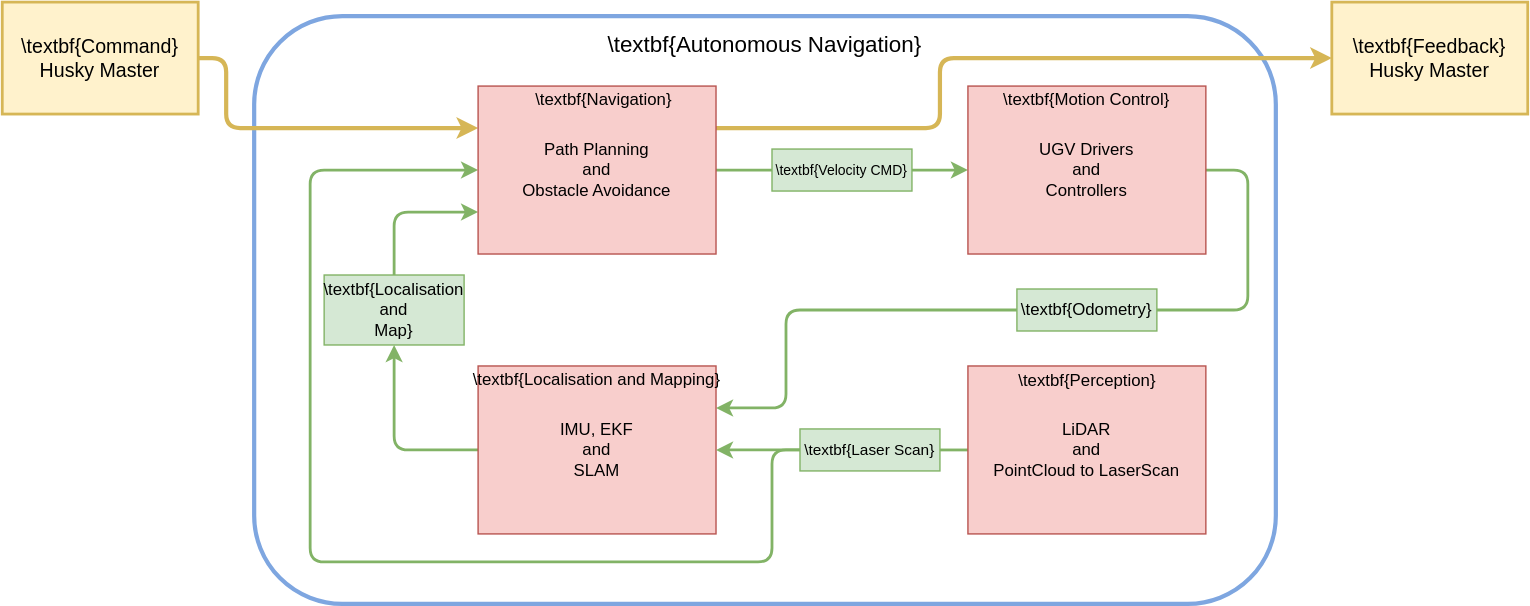
This is Figures/figANMethod.drawio.svg from orjano-max/ORJANOS_MASTER_REPO, a draw.io export, as it was before one commit. Source tidied: cells renumbered, new cells last; positions are measured from the earlier drawing's top-left corner, leaving out a move shared by most shapes.
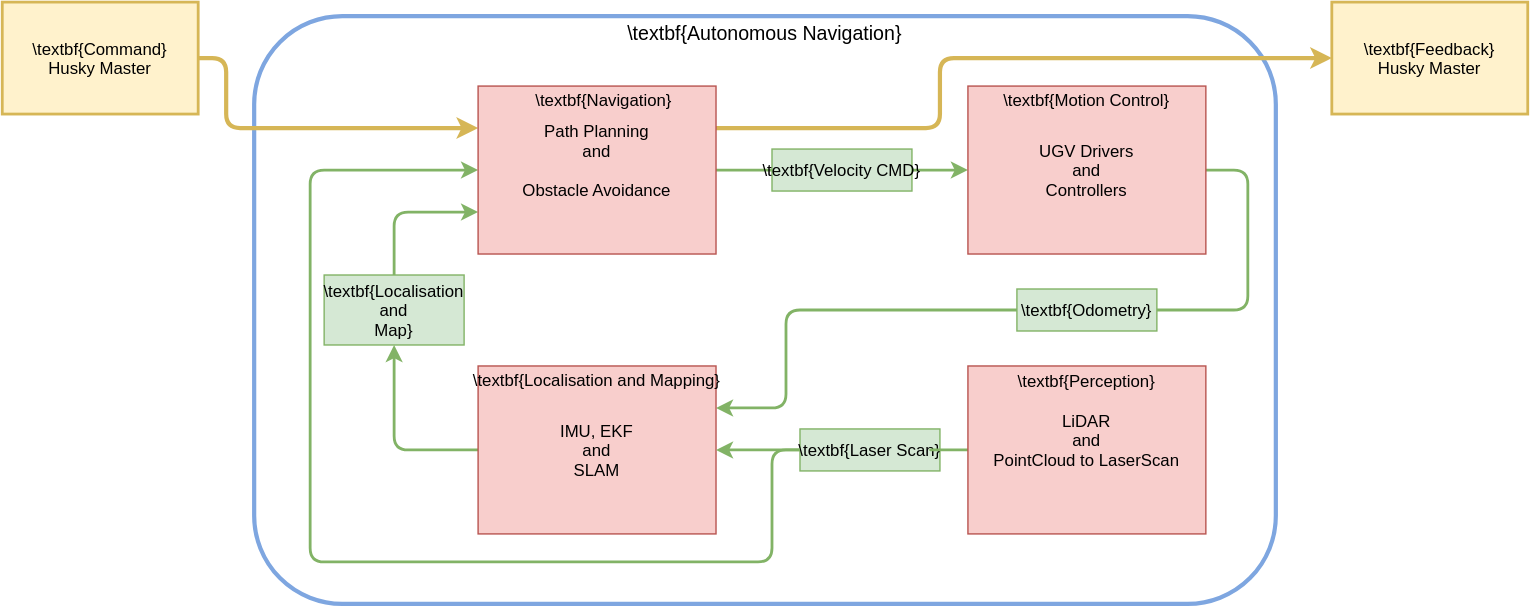
After the commit.

The edit, as a diff of the source:
```diff
@@ -2,19 +2,19 @@
   <root>
     <mxCell id="0" />
     <mxCell id="1" parent="0" />
-    <mxCell id="2" style="rounded=1;whiteSpace=wrap;html=1;strokeColor=#7EA6E0;strokeWidth=3;" parent="1" vertex="1">
+    <mxCell id="2" style="rounded=1;strokeColor=#7EA6E0;strokeWidth=3;" parent="1" vertex="1">
       <mxGeometry x="180" y="10" width="730" height="420" as="geometry" />
     </mxCell>
-    <mxCell id="3" value="\textbf{Odometry}" style="rounded=0;whiteSpace=wrap;html=1;fillColor=#d5e8d4;strokeColor=#82b366;" parent="1" vertex="1">
+    <mxCell id="3" value="\textbf{Odometry}" style="rounded=0;fillColor=#d5e8d4;strokeColor=#82b366;" parent="1" vertex="1">
       <mxGeometry x="725" y="205" width="100" height="30" as="geometry" />
     </mxCell>
-    <mxCell id="4" value="\textbf{Localisation&lt;br&gt;and&lt;br&gt;Map}" style="rounded=0;whiteSpace=wrap;html=1;fillColor=#d5e8d4;strokeColor=#82b366;" parent="1" vertex="1">
+    <mxCell id="4" value="\textbf{Localisation&#10;and&#10;Map}" style="rounded=0;fillColor=#d5e8d4;strokeColor=#82b366;" parent="1" vertex="1">
       <mxGeometry x="230" y="195" width="100" height="50" as="geometry" />
     </mxCell>
-    <mxCell id="5" style="edgeStyle=orthogonalEdgeStyle;jettySize=auto;html=1;fillColor=#d5e8d4;strokeColor=#82b366;strokeWidth=2;rounded=1;exitX=1;exitY=0.5;exitDx=0;exitDy=0;entryX=0;entryY=0.5;entryDx=0;entryDy=0;" parent="1" edge="1" source="22" target="19">
+    <mxCell id="5" style="edgeStyle=orthogonalEdgeStyle;jettySize=auto;fillColor=#d5e8d4;strokeColor=#82b366;strokeWidth=2;rounded=1;exitX=1;exitY=0.5;exitDx=0;exitDy=0;entryX=0;entryY=0.5;entryDx=0;entryDy=0;" parent="1" edge="1" source="22" target="19">
       <mxGeometry relative="1" as="geometry" />
     </mxCell>
-    <mxCell id="6" style="edgeStyle=orthogonalEdgeStyle;jettySize=auto;html=1;fillColor=#d5e8d4;strokeColor=#82b366;strokeWidth=2;rounded=1;exitX=1;exitY=0.5;exitDx=0;exitDy=0;entryX=1;entryY=0.5;entryDx=0;entryDy=0;endArrow=none;endFill=0;startArrow=none;startFill=0;" parent="1" edge="1" source="3" target="19">
+    <mxCell id="6" style="edgeStyle=orthogonalEdgeStyle;jettySize=auto;fillColor=#d5e8d4;strokeColor=#82b366;strokeWidth=2;rounded=1;exitX=1;exitY=0.5;exitDx=0;exitDy=0;entryX=1;entryY=0.5;entryDx=0;entryDy=0;endArrow=none;endFill=0;startArrow=none;startFill=0;" parent="1" edge="1" source="3" target="19">
       <mxGeometry relative="1" as="geometry">
         <Array as="points">
           <mxPoint x="890" y="220" />
@@ -22,17 +22,17 @@
         </Array>
       </mxGeometry>
     </mxCell>
-    <mxCell id="7" style="edgeStyle=orthogonalEdgeStyle;jettySize=auto;html=1;fillColor=#d5e8d4;strokeColor=#82b366;strokeWidth=2;rounded=1;exitX=1;exitY=0.5;exitDx=0;exitDy=0;entryX=0;entryY=0.5;entryDx=0;entryDy=0;endArrow=none;endFill=0;" parent="1" edge="1" source="16" target="22">
+    <mxCell id="7" style="edgeStyle=orthogonalEdgeStyle;jettySize=auto;fillColor=#d5e8d4;strokeColor=#82b366;strokeWidth=2;rounded=1;exitX=1;exitY=0.5;exitDx=0;exitDy=0;entryX=0;entryY=0.5;entryDx=0;entryDy=0;endArrow=none;endFill=0;" parent="1" edge="1" source="16" target="22">
       <mxGeometry relative="1" as="geometry" />
     </mxCell>
-    <mxCell id="8" style="edgeStyle=orthogonalEdgeStyle;jettySize=auto;html=1;fillColor=#d5e8d4;strokeColor=#82b366;strokeWidth=2;rounded=1;exitX=0.5;exitY=0;exitDx=0;exitDy=0;entryX=0;entryY=0.75;entryDx=0;entryDy=0;" parent="1" edge="1" source="4" target="16">
+    <mxCell id="8" style="edgeStyle=orthogonalEdgeStyle;jettySize=auto;fillColor=#d5e8d4;strokeColor=#82b366;strokeWidth=2;rounded=1;exitX=0.5;exitY=0;exitDx=0;exitDy=0;entryX=0;entryY=0.75;entryDx=0;entryDy=0;" parent="1" edge="1" source="4" target="16">
       <mxGeometry relative="1" as="geometry">
         <Array as="points">
           <mxPoint x="280" y="150" />
         </Array>
       </mxGeometry>
     </mxCell>
-    <mxCell id="9" style="edgeStyle=orthogonalEdgeStyle;jettySize=auto;html=1;fillColor=#d5e8d4;strokeColor=#82b366;strokeWidth=2;rounded=1;exitX=0;exitY=0.5;exitDx=0;exitDy=0;entryX=0;entryY=0.5;entryDx=0;entryDy=0;" parent="1" edge="1" source="23" target="16">
+    <mxCell id="9" style="edgeStyle=orthogonalEdgeStyle;jettySize=auto;fillColor=#d5e8d4;strokeColor=#82b366;strokeWidth=2;rounded=1;exitX=0;exitY=0.5;exitDx=0;exitDy=0;entryX=0;entryY=0.5;entryDx=0;entryDy=0;" parent="1" edge="1" source="23" target="16">
       <mxGeometry relative="1" as="geometry">
         <Array as="points">
           <mxPoint x="550" y="320" />
@@ -42,7 +42,7 @@
         </Array>
       </mxGeometry>
     </mxCell>
-    <mxCell id="10" style="edgeStyle=orthogonalEdgeStyle;jettySize=auto;html=1;fillColor=#d5e8d4;strokeColor=#82b366;strokeWidth=2;rounded=1;exitX=0;exitY=0.5;exitDx=0;exitDy=0;entryX=1;entryY=0.25;entryDx=0;entryDy=0;" parent="1" edge="1" source="3" target="25">
+    <mxCell id="10" style="edgeStyle=orthogonalEdgeStyle;jettySize=auto;fillColor=#d5e8d4;strokeColor=#82b366;strokeWidth=2;rounded=1;exitX=0;exitY=0.5;exitDx=0;exitDy=0;entryX=1;entryY=0.25;entryDx=0;entryDy=0;" parent="1" edge="1" source="3" target="25">
       <mxGeometry relative="1" as="geometry">
         <Array as="points">
           <mxPoint x="560" y="220" />
@@ -50,16 +50,16 @@
         </Array>
       </mxGeometry>
     </mxCell>
-    <mxCell id="11" style="edgeStyle=orthogonalEdgeStyle;jettySize=auto;html=1;fillColor=#d5e8d4;strokeColor=#82b366;strokeWidth=2;rounded=1;exitX=0;exitY=0.5;exitDx=0;exitDy=0;entryX=0.5;entryY=1;entryDx=0;entryDy=0;" parent="1" edge="1" source="25" target="4">
+    <mxCell id="11" style="edgeStyle=orthogonalEdgeStyle;jettySize=auto;fillColor=#d5e8d4;strokeColor=#82b366;strokeWidth=2;rounded=1;exitX=0;exitY=0.5;exitDx=0;exitDy=0;entryX=0.5;entryY=1;entryDx=0;entryDy=0;" parent="1" edge="1" source="25" target="4">
       <mxGeometry relative="1" as="geometry" />
     </mxCell>
-    <mxCell id="12" value="&lt;font style=&quot;font-size: 14px;&quot;&gt;\textbf{Feedback}&lt;b&gt;&lt;br&gt;&lt;/b&gt;Husky Master&lt;/font&gt;" style="rounded=0;whiteSpace=wrap;html=1;fillColor=#fff2cc;strokeColor=#d6b656;strokeWidth=2;" parent="1" vertex="1">
+    <mxCell id="12" value="\textbf{Feedback}&#10;Husky Master" style="rounded=0;fillColor=#fff2cc;strokeColor=#d6b656;strokeWidth=2;" parent="1" vertex="1">
       <mxGeometry x="950" width="140" height="80" as="geometry" />
     </mxCell>
-    <mxCell id="13" value="&lt;font style=&quot;font-size: 14px;&quot;&gt;\textbf{Command}&lt;b&gt;&lt;br&gt;&lt;/b&gt;Husky Master&lt;/font&gt;" style="rounded=0;whiteSpace=wrap;html=1;fillColor=#fff2cc;strokeColor=#d6b656;strokeWidth=2;" parent="1" vertex="1">
+    <mxCell id="13" value="\textbf{Command}&#10;Husky Master" style="rounded=0;fillColor=#fff2cc;strokeColor=#d6b656;strokeWidth=2;" parent="1" vertex="1">
       <mxGeometry width="140" height="80" as="geometry" />
     </mxCell>
-    <mxCell id="14" style="edgeStyle=orthogonalEdgeStyle;jettySize=auto;html=1;fillColor=#fff2cc;strokeColor=#d6b656;strokeWidth=3;rounded=1;exitX=1;exitY=0.5;exitDx=0;exitDy=0;entryX=0;entryY=0.25;entryDx=0;entryDy=0;" parent="1" edge="1" source="13" target="16">
+    <mxCell id="14" style="edgeStyle=orthogonalEdgeStyle;jettySize=auto;fillColor=#fff2cc;strokeColor=#d6b656;strokeWidth=3;rounded=1;exitX=1;exitY=0.5;exitDx=0;exitDy=0;entryX=0;entryY=0.25;entryDx=0;entryDy=0;" parent="1" edge="1" source="13" target="16">
       <mxGeometry relative="1" as="geometry">
         <Array as="points">
           <mxPoint x="160" y="40" />
@@ -67,7 +67,7 @@
         </Array>
       </mxGeometry>
     </mxCell>
-    <mxCell id="15" style="edgeStyle=orthogonalEdgeStyle;jettySize=auto;html=1;fillColor=#fff2cc;strokeColor=#d6b656;strokeWidth=3;rounded=1;exitX=1;exitY=0.25;exitDx=0;exitDy=0;entryX=0;entryY=0.5;entryDx=0;entryDy=0;" parent="1" edge="1" source="16" target="12">
+    <mxCell id="15" style="edgeStyle=orthogonalEdgeStyle;jettySize=auto;fillColor=#fff2cc;strokeColor=#d6b656;strokeWidth=3;rounded=1;exitX=1;exitY=0.25;exitDx=0;exitDy=0;entryX=0;entryY=0.5;entryDx=0;entryDy=0;" parent="1" edge="1" source="16" target="12">
       <mxGeometry relative="1" as="geometry">
         <Array as="points">
           <mxPoint x="670" y="90" />
@@ -75,40 +75,40 @@
         </Array>
       </mxGeometry>
     </mxCell>
-    <mxCell id="16" value="&lt;div&gt;Path Planning&lt;/div&gt;&lt;div&gt;and &lt;br&gt;&lt;/div&gt;&lt;div&gt;Obstacle Avoidance&lt;br&gt;&lt;/div&gt;" style="rounded=0;whiteSpace=wrap;html=1;fillColor=#f8cecc;strokeColor=#b85450;" parent="1" vertex="1">
+    <mxCell id="16" value="Path Planning&#10;and &#10;&#10;Obstacle Avoidance&#10;" style="rounded=0;fillColor=#f8cecc;strokeColor=#b85450;" parent="1" vertex="1">
       <mxGeometry x="340" y="60" width="170" height="120" as="geometry" />
     </mxCell>
-    <mxCell id="17" value="\textbf{Navigation}" style="text;html=1;strokeColor=none;fillColor=none;align=center;verticalAlign=middle;whiteSpace=wrap;rounded=0;" parent="1" vertex="1">
+    <mxCell id="17" value="\textbf{Navigation}" style="text;strokeColor=none;fillColor=none;align=center;verticalAlign=middle;rounded=0;" parent="1" vertex="1">
       <mxGeometry x="387.2" y="60" width="85.6" height="20" as="geometry" />
     </mxCell>
     <mxCell id="18" style="group;" parent="1" vertex="1">
       <mxGeometry x="690" y="60" width="170" height="120" as="geometry" />
     </mxCell>
-    <mxCell id="19" value="UGV Drivers&lt;br&gt;and&lt;br&gt;Controllers" style="rounded=0;whiteSpace=wrap;html=1;fillColor=#f8cecc;strokeColor=#b85450;" parent="18" vertex="1">
+    <mxCell id="19" value="UGV Drivers&#10;and&#10;Controllers" style="rounded=0;fillColor=#f8cecc;strokeColor=#b85450;" parent="18" vertex="1">
       <mxGeometry width="170" height="120" as="geometry" />
     </mxCell>
-    <mxCell id="20" value="\textbf{Motion Control}" style="text;html=1;strokeColor=none;fillColor=none;align=center;verticalAlign=middle;whiteSpace=wrap;rounded=0;" parent="18" vertex="1">
+    <mxCell id="20" value="\textbf{Motion Control}" style="text;strokeColor=none;fillColor=none;align=center;verticalAlign=middle;rounded=0;" parent="18" vertex="1">
       <mxGeometry width="170" height="20" as="geometry" />
     </mxCell>
-    <mxCell id="21" value="&lt;font style=&quot;font-size: 16px;&quot;&gt;\textbf{Autonomous Navigation}&lt;br&gt;&lt;/font&gt;" style="text;html=1;strokeColor=none;fillColor=none;align=center;verticalAlign=middle;whiteSpace=wrap;rounded=0;fontSize=14;" parent="1" vertex="1">
+    <mxCell id="21" value="\textbf{Autonomous Navigation}&#10;" style="text;strokeColor=none;fillColor=none;align=center;verticalAlign=middle;rounded=0;fontSize=14;" parent="1" vertex="1">
       <mxGeometry x="267.8" y="10" width="554.5" height="40" as="geometry" />
     </mxCell>
-    <mxCell id="22" value="&lt;font style=&quot;font-size: 10px;&quot;&gt;\textbf{Velocity CMD}&lt;br&gt;&lt;/font&gt;" style="rounded=0;whiteSpace=wrap;html=1;fillColor=#d5e8d4;strokeColor=#82b366;" parent="1" vertex="1">
+    <mxCell id="22" value="\textbf{Velocity CMD}" style="rounded=0;fillColor=#d5e8d4;strokeColor=#82b366;" parent="1" vertex="1">
       <mxGeometry x="550" y="105" width="100" height="30" as="geometry" />
     </mxCell>
-    <mxCell id="23" value="&lt;font style=&quot;font-size: 11px;&quot;&gt;\textbf{Laser Scan}&lt;/font&gt;" style="rounded=0;whiteSpace=wrap;html=1;fillColor=#d5e8d4;strokeColor=#82b366;" parent="1" vertex="1">
+    <mxCell id="23" value="\textbf{Laser Scan}" style="rounded=0;fillColor=#d5e8d4;strokeColor=#82b366;" parent="1" vertex="1">
       <mxGeometry x="570" y="305" width="100" height="30" as="geometry" />
     </mxCell>
     <mxCell id="24" style="group;" parent="1" vertex="1">
       <mxGeometry x="340" y="260" width="170" height="120" as="geometry" />
     </mxCell>
-    <mxCell id="25" value="IMU, EKF&lt;br&gt;and&lt;br&gt;SLAM" style="rounded=0;whiteSpace=wrap;html=1;fillColor=#f8cecc;strokeColor=#b85450;" parent="24" vertex="1">
+    <mxCell id="25" value="IMU, EKF&#10;and&#10;SLAM" style="rounded=0;fillColor=#f8cecc;strokeColor=#b85450;" parent="24" vertex="1">
       <mxGeometry width="170" height="120" as="geometry" />
     </mxCell>
-    <mxCell id="26" value="\textbf{Localisation and Mapping}" style="text;html=1;strokeColor=none;fillColor=none;align=center;verticalAlign=middle;whiteSpace=wrap;rounded=0;" parent="24" vertex="1">
+    <mxCell id="26" value="\textbf{Localisation and Mapping}" style="text;strokeColor=none;fillColor=none;align=center;verticalAlign=middle;rounded=0;" parent="24" vertex="1">
       <mxGeometry x="-9.2" width="188.3" height="20" as="geometry" />
     </mxCell>
-    <mxCell id="27" style="edgeStyle=orthogonalEdgeStyle;jettySize=auto;html=1;fillColor=#d5e8d4;strokeColor=#82b366;strokeWidth=2;rounded=1;entryX=1;entryY=0.5;entryDx=0;entryDy=0;endArrow=none;endFill=0;exitX=0;exitY=0.5;exitDx=0;exitDy=0;" parent="1" edge="1" source="29" target="23">
+    <mxCell id="27" style="edgeStyle=orthogonalEdgeStyle;jettySize=auto;fillColor=#d5e8d4;strokeColor=#82b366;strokeWidth=2;rounded=1;entryX=1;entryY=0.5;entryDx=0;entryDy=0;endArrow=none;endFill=0;exitX=0;exitY=0.5;exitDx=0;exitDy=0;" parent="1" edge="1" source="29" target="23">
       <mxGeometry relative="1" as="geometry">
         <Array as="points">
           <mxPoint x="660" y="320" />
@@ -119,13 +119,13 @@
     <mxCell id="28" style="group;" parent="1" vertex="1">
       <mxGeometry x="690" y="260" width="170" height="120" as="geometry" />
     </mxCell>
-    <mxCell id="29" value="&lt;div&gt;LiDAR&lt;/div&gt;&lt;div&gt;and&lt;/div&gt;&lt;div&gt;PointCloud to LaserScan&lt;br&gt;&lt;/div&gt;" style="rounded=0;whiteSpace=wrap;html=1;fillColor=#f8cecc;strokeColor=#b85450;" parent="28" vertex="1">
+    <mxCell id="29" value="LiDAR&#10;and&#10;PointCloud to LaserScan&#10;" style="rounded=0;fillColor=#f8cecc;strokeColor=#b85450;" parent="28" vertex="1">
       <mxGeometry width="170" height="120" as="geometry" />
     </mxCell>
-    <mxCell id="30" value="\textbf{Perception}" style="text;html=1;strokeColor=none;fillColor=none;align=center;verticalAlign=middle;whiteSpace=wrap;rounded=0;" parent="28" vertex="1">
+    <mxCell id="30" value="\textbf{Perception}" style="text;strokeColor=none;fillColor=none;align=center;verticalAlign=middle;rounded=0;" parent="28" vertex="1">
       <mxGeometry x="42.5" width="84.9" height="21.7" as="geometry" />
     </mxCell>
-    <mxCell id="31" style="edgeStyle=orthogonalEdgeStyle;jettySize=auto;html=1;fillColor=#d5e8d4;strokeColor=#82b366;strokeWidth=2;rounded=1;exitX=0;exitY=0.5;exitDx=0;exitDy=0;entryX=1;entryY=0.5;entryDx=0;entryDy=0;" parent="1" edge="1" source="23" target="25">
+    <mxCell id="31" style="edgeStyle=orthogonalEdgeStyle;jettySize=auto;fillColor=#d5e8d4;strokeColor=#82b366;strokeWidth=2;rounded=1;exitX=0;exitY=0.5;exitDx=0;exitDy=0;entryX=1;entryY=0.5;entryDx=0;entryDy=0;" parent="1" edge="1" source="23" target="25">
       <mxGeometry relative="1" as="geometry">
         <Array as="points">
           <mxPoint x="520" y="320" />
```
